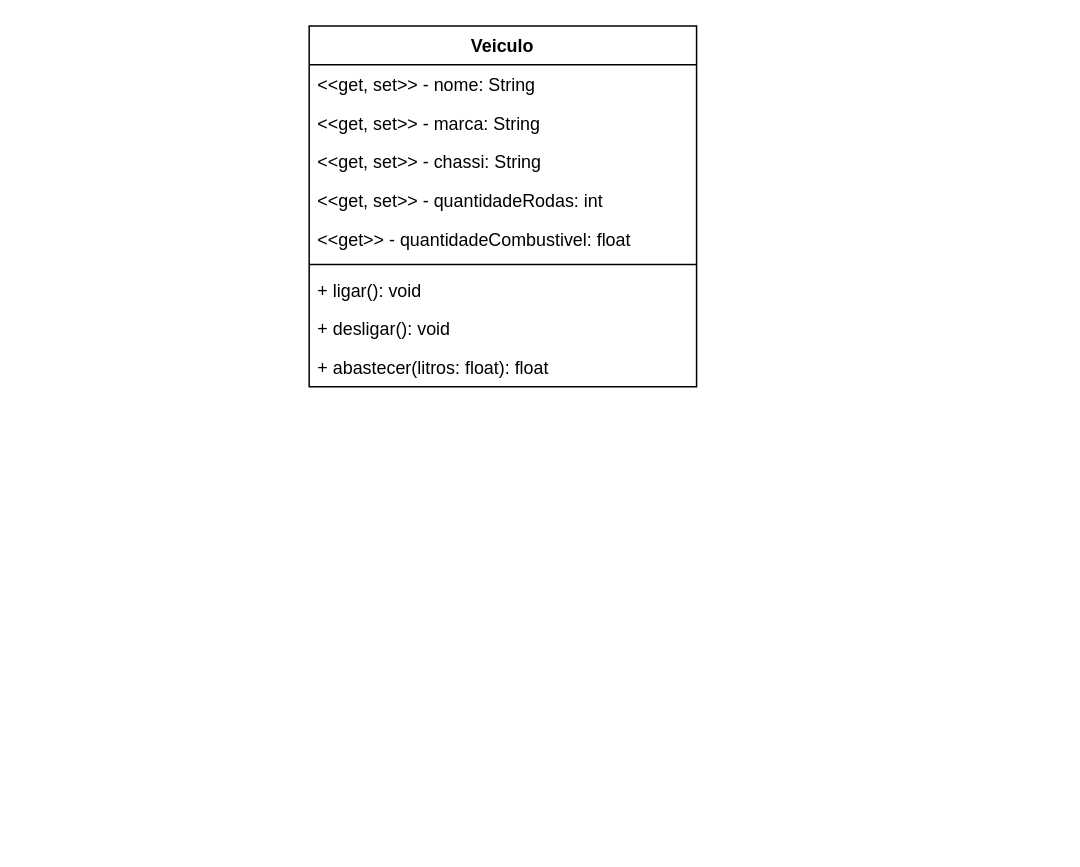
The draw.io diagram UML/veiculo.drawio in andre-s-nascimento/java-oo, before the edit. Source tidied: cells renumbered, new cells numbered last; positions are measured from the earlier drawing's top-left corner, leaving out a move shared by most shapes. Both pictures are drawn from the tidied source at 149%, with x=0, y=0 at pixel (308, 25).
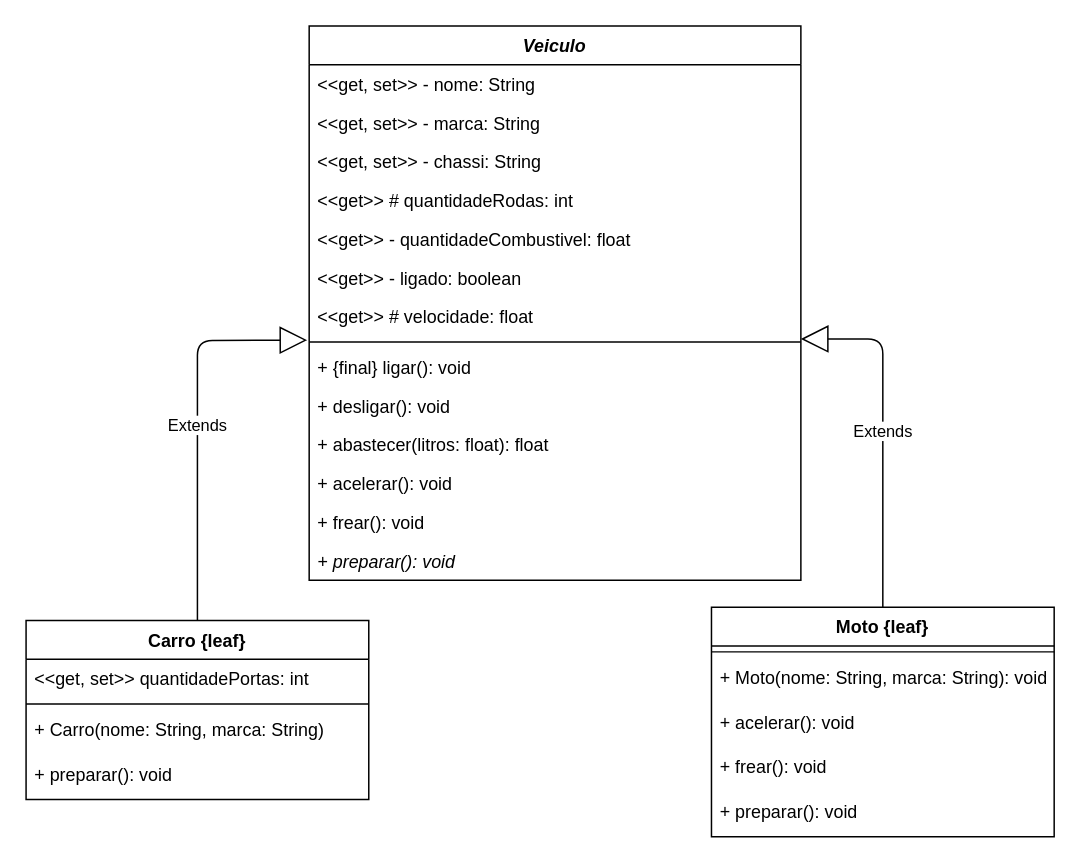
The same diagram, later.

What changed in the source:
```diff
@@
-    <mxCell id="2" value="Veiculo" style="swimlane;fontStyle=1;align=center;verticalAlign=top;horizontal=1;startSize=26;" parent="1" vertex="1">
-      <mxGeometry width="260" height="242" as="geometry" />
+    <mxCell id="2" value="Veiculo" style="swimlane;fontStyle=3;align=center;verticalAlign=top;horizontal=1;startSize=26;" parent="1" vertex="1">
+      <mxGeometry width="330" height="372" as="geometry" />
     </mxCell>
     <mxCell id="3" value="&lt;&lt;get, set&gt;&gt; - nome: String" style="text;strokeColor=none;fillColor=none;align=left;verticalAlign=top;spacingLeft=4;spacingRight=4;overflow=hidden;" parent="2" vertex="1">
-      <mxGeometry y="26" width="260" height="26" as="geometry" />
+      <mxGeometry y="26" width="330" height="26" as="geometry" />
     </mxCell>
     <mxCell id="4" value="&lt;&lt;get, set&gt;&gt; - marca: String" style="text;strokeColor=none;fillColor=none;align=left;verticalAlign=top;spacingLeft=4;spacingRight=4;overflow=hidden;" parent="2" vertex="1">
-      <mxGeometry y="52" width="260" height="26" as="geometry" />
+      <mxGeometry y="52" width="330" height="26" as="geometry" />
     </mxCell>
     <mxCell id="5" value="&lt;&lt;get, set&gt;&gt; - chassi: String" style="text;strokeColor=none;fillColor=none;align=left;verticalAlign=top;spacingLeft=4;spacingRight=4;overflow=hidden;" parent="2" vertex="1">
-      <mxGeometry y="78" width="260" height="26" as="geometry" />
+      <mxGeometry y="78" width="330" height="26" as="geometry" />
     </mxCell>
-    <mxCell id="6" value="&lt;&lt;get, set&gt;&gt; - quantidadeRodas: int" style="text;strokeColor=none;fillColor=none;align=left;verticalAlign=top;spacingLeft=4;spacingRight=4;overflow=hidden;" parent="2" vertex="1">
-      <mxGeometry y="104" width="260" height="26" as="geometry" />
+    <mxCell id="6" value="&lt;&lt;get&gt;&gt; # quantidadeRodas: int" style="text;strokeColor=none;fillColor=none;align=left;verticalAlign=top;spacingLeft=4;spacingRight=4;overflow=hidden;" parent="2" vertex="1">
+      <mxGeometry y="104" width="330" height="26" as="geometry" />
     </mxCell>
     <mxCell id="7" value="&lt;&lt;get&gt;&gt; - quantidadeCombustivel: float" style="text;strokeColor=none;fillColor=none;align=left;verticalAlign=top;spacingLeft=4;spacingRight=4;overflow=hidden;" parent="2" vertex="1">
-      <mxGeometry y="130" width="260" height="26" as="geometry" />
+      <mxGeometry y="130" width="330" height="26" as="geometry" />
     </mxCell>
+    <mxCell id="12" value="&lt;&lt;get&gt;&gt; - ligado: boolean" style="text;strokeColor=none;fillColor=none;align=left;verticalAlign=top;spacingLeft=4;spacingRight=4;overflow=hidden;" parent="2" vertex="1">
+      <mxGeometry y="156" width="330" height="26" as="geometry" />
+    </mxCell>
+    <mxCell id="13" value="&lt;&lt;get&gt;&gt; # velocidade: float" style="text;strokeColor=none;fillColor=none;align=left;verticalAlign=top;spacingLeft=4;spacingRight=4;overflow=hidden;points=[[0,0.5],[1,0.5]];portConstraint=eastwest;" parent="2" vertex="1">
+      <mxGeometry y="182" width="330" height="26" as="geometry" />
+    </mxCell>
     <mxCell id="8" style="line;strokeWidth=1;fillColor=none;align=left;verticalAlign=middle;spacingTop=-1;spacingLeft=3;spacingRight=3;labelPosition=right;strokeColor=inherit;" parent="2" vertex="1">
-      <mxGeometry y="156" width="260" height="8" as="geometry" />
+      <mxGeometry y="208" width="330" height="8" as="geometry" />
     </mxCell>
-    <mxCell id="9" value="+ ligar(): void" style="text;strokeColor=none;fillColor=none;align=left;verticalAlign=top;spacingLeft=4;spacingRight=4;overflow=hidden;" parent="2" vertex="1">
-      <mxGeometry y="164" width="260" height="26" as="geometry" />
+    <mxCell id="9" value="+ {final} ligar(): void" style="text;strokeColor=none;fillColor=none;align=left;verticalAlign=top;spacingLeft=4;spacingRight=4;overflow=hidden;" parent="2" vertex="1">
+      <mxGeometry y="216" width="330" height="26" as="geometry" />
     </mxCell>
     <mxCell id="10" value="+ desligar(): void" style="text;strokeColor=none;fillColor=none;align=left;verticalAlign=top;spacingLeft=4;spacingRight=4;overflow=hidden;" parent="2" vertex="1">
-      <mxGeometry y="190" width="260" height="26" as="geometry" />
+      <mxGeometry y="242" width="330" height="26" as="geometry" />
     </mxCell>
     <mxCell id="11" value="+ abastecer(litros: float): float" style="text;strokeColor=none;fillColor=none;align=left;verticalAlign=top;spacingLeft=4;spacingRight=4;overflow=hidden;" parent="2" vertex="1">
-      <mxGeometry y="216" width="260" height="26" as="geometry" />
+      <mxGeometry y="268" width="330" height="26" as="geometry" />
     </mxCell>
+    <mxCell id="14" value="+ acelerar(): void" style="text;strokeColor=none;fillColor=none;align=left;verticalAlign=top;spacingLeft=4;spacingRight=4;overflow=hidden;" parent="2" vertex="1">
+      <mxGeometry y="294" width="330" height="26" as="geometry" />
+    </mxCell>
+    <mxCell id="15" value="+ frear(): void" style="text;strokeColor=none;fillColor=none;align=left;verticalAlign=top;spacingLeft=4;spacingRight=4;overflow=hidden;" parent="2" vertex="1">
+      <mxGeometry y="320" width="330" height="26" as="geometry" />
+    </mxCell>
+    <mxCell id="16" value="+ preparar(): void" style="text;strokeColor=none;fillColor=none;align=left;verticalAlign=top;spacingLeft=4;spacingRight=4;overflow=hidden;fontStyle=2;" parent="2" vertex="1">
+      <mxGeometry y="346" width="330" height="26" as="geometry" />
+    </mxCell>
+    <mxCell id="17" value="Carro {leaf}" style="swimlane;fontStyle=1;align=center;verticalAlign=top;horizontal=1;startSize=26;" parent="1" vertex="1">
+      <mxGeometry x="-190" y="399" width="230" height="120" as="geometry" />
+    </mxCell>
+    <mxCell id="18" value="&lt;&lt;get, set&gt;&gt; quantidadePortas: int" style="text;strokeColor=none;fillColor=none;align=left;verticalAlign=top;spacingLeft=4;spacingRight=4;overflow=hidden;" parent="17" vertex="1">
+      <mxGeometry y="26" width="230" height="26" as="geometry" />
+    </mxCell>
+    <mxCell id="19" style="line;strokeWidth=1;fillColor=none;align=left;verticalAlign=middle;spacingTop=-1;spacingLeft=3;spacingRight=3;labelPosition=right;strokeColor=inherit;" parent="17" vertex="1">
+      <mxGeometry y="52" width="230" height="8" as="geometry" />
+    </mxCell>
+    <mxCell id="20" value="+ Carro(nome: String, marca: String)" style="text;strokeColor=none;fillColor=none;align=left;verticalAlign=top;spacingLeft=4;spacingRight=4;overflow=hidden;" parent="17" vertex="1">
+      <mxGeometry y="60" width="230" height="30" as="geometry" />
+    </mxCell>
+    <mxCell id="21" value="+ preparar(): void" style="text;strokeColor=none;fillColor=none;align=left;verticalAlign=top;spacingLeft=4;spacingRight=4;overflow=hidden;" parent="17" vertex="1">
+      <mxGeometry y="90" width="230" height="30" as="geometry" />
+    </mxCell>
+    <mxCell id="22" value="Extends" style="endArrow=block;endSize=16;endFill=0;html=1;exitX=0.5;exitY=0;exitDx=0;exitDy=0;entryX=-0.004;entryY=1.107;entryDx=0;entryDy=0;entryPerimeter=0;" parent="1" edge="1" source="17" target="13">
+      <mxGeometry relative="1" as="geometry">
+        <Array as="points">
+          <mxPoint x="-75" y="211" />
+        </Array>
+      </mxGeometry>
+    </mxCell>
+    <mxCell id="23" value="Moto {leaf}" style="swimlane;fontStyle=1;align=center;verticalAlign=top;horizontal=1;startSize=26;" parent="1" vertex="1">
+      <mxGeometry x="270" y="390" width="230" height="154" as="geometry" />
+    </mxCell>
+    <mxCell id="24" style="line;strokeWidth=1;fillColor=none;align=left;verticalAlign=middle;spacingTop=-1;spacingLeft=3;spacingRight=3;labelPosition=right;strokeColor=inherit;" parent="23" vertex="1">
+      <mxGeometry y="26" width="230" height="8" as="geometry" />
+    </mxCell>
+    <mxCell id="25" value="+ Moto(nome: String, marca: String): void" style="text;strokeColor=none;fillColor=none;align=left;verticalAlign=top;spacingLeft=4;spacingRight=4;overflow=hidden;" parent="23" vertex="1">
+      <mxGeometry y="34" width="230" height="30" as="geometry" />
+    </mxCell>
+    <mxCell id="26" value="+ acelerar(): void" style="text;strokeColor=none;fillColor=none;align=left;verticalAlign=top;spacingLeft=4;spacingRight=4;overflow=hidden;" parent="23" vertex="1">
+      <mxGeometry y="64" width="230" height="30" as="geometry" />
+    </mxCell>
+    <mxCell id="27" value="+ frear(): void" style="text;strokeColor=none;fillColor=none;align=left;verticalAlign=top;spacingLeft=4;spacingRight=4;overflow=hidden;" parent="23" vertex="1">
+      <mxGeometry y="94" width="230" height="30" as="geometry" />
+    </mxCell>
+    <mxCell id="28" value="+ preparar(): void" style="text;strokeColor=none;fillColor=none;align=left;verticalAlign=top;spacingLeft=4;spacingRight=4;overflow=hidden;" parent="23" vertex="1">
+      <mxGeometry y="124" width="230" height="30" as="geometry" />
+    </mxCell>
+    <mxCell id="29" value="Extends" style="endArrow=block;endSize=16;endFill=0;html=1;exitX=0.5;exitY=0;exitDx=0;exitDy=0;entryX=1;entryY=1.077;entryDx=0;entryDy=0;entryPerimeter=0;" parent="1" edge="1" source="23" target="13">
+      <mxGeometry relative="1" as="geometry">
+        <Array as="points">
+          <mxPoint x="385" y="210" />
+        </Array>
+      </mxGeometry>
+    </mxCell>
```
